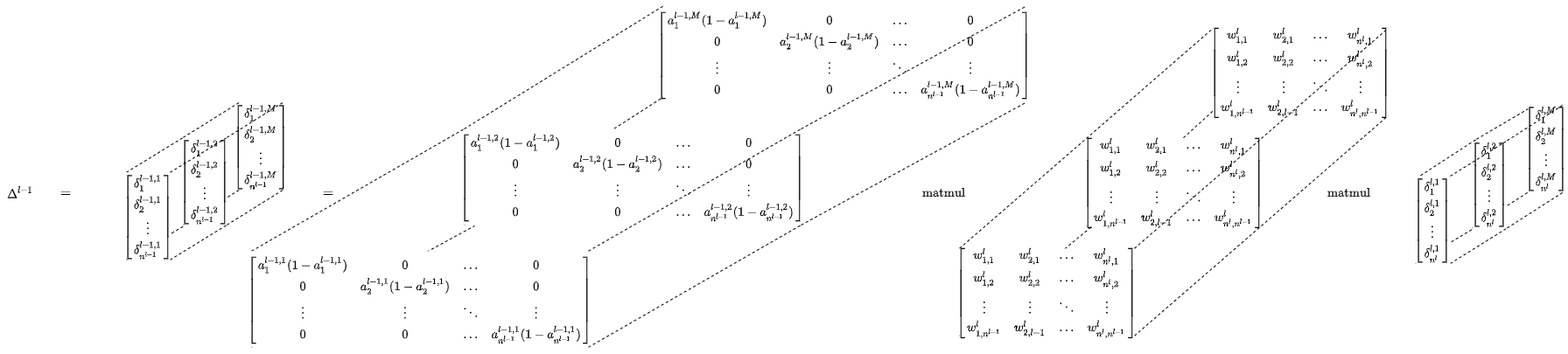
Before: theory/Delta_l_1_example.png, a diagram exported from draw.io (kevinsuedmersen/neural_networks_from_scratch). Source tidied: cells renumbered, new cells last; positions are measured from the earlier drawing's top-left corner, leaving out a move shared by most shapes.
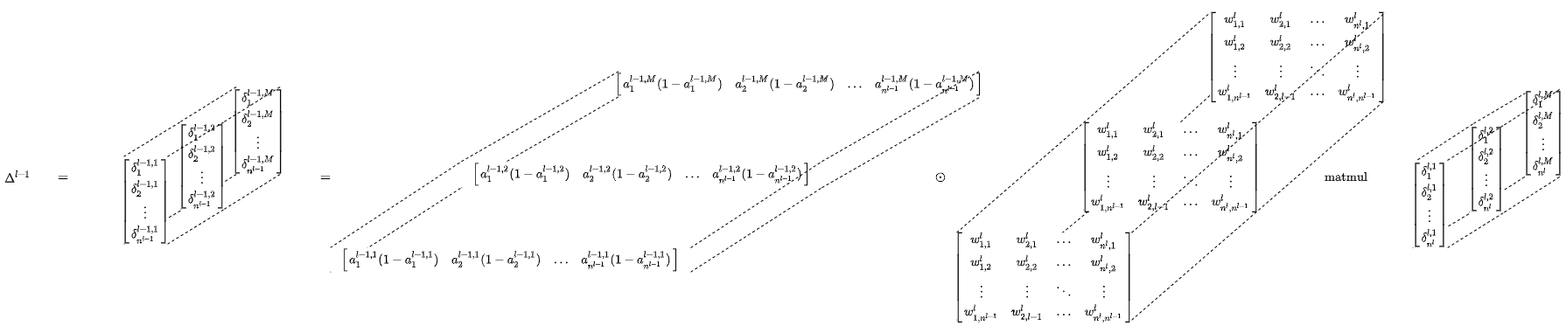
After the change.

Diff of the diagram source:
```diff
@@ -44,11 +44,11 @@
     <mxCell id="15" style="edgeStyle=none;rounded=0;jettySize=auto;html=1;exitX=0;exitY=1;exitDx=0;exitDy=0;entryX=0.003;entryY=0.94;entryDx=0;entryDy=0;entryPerimeter=0;dashed=1;startArrow=none;startFill=0;endArrow=none;endFill=0;" parent="1" edge="1" source="16" target="17">
       <mxGeometry x="150" y="312.8" as="geometry" />
     </mxCell>
-    <mxCell id="16" value="$$&lt;br&gt;\left[&lt;br&gt;\matrix{&lt;br&gt;a^{l-1,2}_1(1-a^{l-1,2}_1) &amp;amp; 0 &amp;amp; ... &amp;amp; 0 \\&lt;br&gt;0 &amp;amp; a^{l-1,2}_2(1-a^{l-1,2}_2) &amp;amp; ... &amp;amp; 0 \\&lt;br&gt;\vdots &amp;amp; \vdots &amp;amp; \ddots &amp;amp; \vdots \\&lt;br&gt;0 &amp;amp; 0&amp;amp; ... &amp;amp; a^{l-1,2}_{n^{l-1}}(1-a^{l-1,2}_{n^{l-1}})&lt;br&gt;}&lt;br&gt;\right]&lt;br&gt;$$" style="rounded=0;whiteSpace=wrap;html=1;strokeColor=none;" parent="1" vertex="1">
-      <mxGeometry x="527" y="140" width="385" height="110" as="geometry" />
+    <mxCell id="16" value="$$&lt;br&gt;\left[&lt;br&gt;\matrix{&lt;br&gt;a^{l-1,2}_1(1-a^{l-1,2}_1) &amp;amp;&amp;nbsp;a^{l-1,2}_2(1-a^{l-1,2}_2) &amp;amp; ... &amp;amp; a^{l-1,2}_{n^{l-1}}(1-a^{l-1,2}_{n^{l-1}})&lt;br&gt;}&lt;br&gt;\right]&lt;br&gt;$$" style="rounded=0;whiteSpace=wrap;html=1;strokeColor=none;" parent="1" vertex="1">
+      <mxGeometry x="527" y="195.2" width="412" height="30" as="geometry" />
     </mxCell>
-    <mxCell id="17" value="$$&lt;br&gt;\left[&lt;br&gt;\matrix{&lt;br&gt;a^{l-1,M}_1(1-a^{l-1,M}_1) &amp;amp; 0 &amp;amp; ... &amp;amp; 0 \\&lt;br&gt;0 &amp;amp; a^{l-1,M}_2(1-a^{l-1,M}_2) &amp;amp; ... &amp;amp; 0 \\&lt;br&gt;\vdots &amp;amp; \vdots &amp;amp; \ddots &amp;amp; \vdots \\&lt;br&gt;0 &amp;amp; 0&amp;amp; ... &amp;amp; a^{l-1,M}_{n^{l-1}}(1-a^{l-1,M}_{n^{l-1}})&lt;br&gt;}&lt;br&gt;\right]&lt;br&gt;$$" style="rounded=0;whiteSpace=wrap;html=1;strokeColor=none;" parent="1" vertex="1">
-      <mxGeometry x="754" y="-0.2" width="415" height="110" as="geometry" />
+    <mxCell id="17" value="$$&lt;br&gt;\left[&lt;br&gt;\matrix{&lt;br&gt;a^{l-1,M}_1(1-a^{l-1,M}_1) &amp;amp;&amp;nbsp;a^{l-1,M}_2(1-a^{l-1,M}_2) &amp;amp; ... &amp;amp; a^{l-1,M}_{n^{l-1}}(1-a^{l-1,M}_{n^{l-1}})&lt;br&gt;}&lt;br&gt;\right]&lt;br&gt;$$" style="rounded=0;whiteSpace=wrap;html=1;strokeColor=none;" parent="1" vertex="1">
+      <mxGeometry x="707" y="92" width="412" height="30" as="geometry" />
     </mxCell>
     <mxCell id="18" style="rounded=0;jettySize=auto;html=1;exitX=0;exitY=0;exitDx=0;exitDy=0;dashed=1;startArrow=none;startFill=0;entryX=0;entryY=0;entryDx=0;entryDy=0;endArrow=none;endFill=0;" parent="1" edge="1" source="21" target="16">
       <mxGeometry x="150" y="312.8" as="geometry" />
@@ -56,11 +56,11 @@
     <mxCell id="19" style="edgeStyle=none;rounded=0;jettySize=auto;html=1;exitX=1;exitY=1;exitDx=0;exitDy=0;entryX=1;entryY=1;entryDx=0;entryDy=0;dashed=1;startArrow=none;startFill=0;endArrow=none;endFill=0;" parent="1" edge="1" source="21" target="16">
       <mxGeometry x="150" y="312.8" as="geometry" />
     </mxCell>
-    <mxCell id="20" style="edgeStyle=none;rounded=0;jettySize=auto;html=1;exitX=0;exitY=1;exitDx=0;exitDy=0;entryX=0.031;entryY=1.008;entryDx=0;entryDy=0;entryPerimeter=0;dashed=1;startArrow=none;startFill=0;endArrow=none;endFill=0;" parent="1" edge="1" source="21" target="16">
+    <mxCell id="20" style="edgeStyle=none;rounded=0;jettySize=auto;html=1;exitX=0;exitY=1;exitDx=0;exitDy=0;entryX=0;entryY=1;entryDx=0;entryDy=0;dashed=1;startArrow=none;startFill=0;endArrow=none;endFill=0;" parent="1" edge="1" source="21" target="16">
       <mxGeometry x="150" y="312.8" as="geometry" />
     </mxCell>
-    <mxCell id="21" value="$$&lt;br&gt;\left[&lt;br&gt;\matrix{&lt;br&gt;a^{l-1,1}_1(1-a^{l-1,1}_1) &amp;amp; 0 &amp;amp; ... &amp;amp; 0 \\&lt;br&gt;0 &amp;amp; a^{l-1,1}_2(1-a^{l-1,1}_2) &amp;amp; ... &amp;amp; 0 \\&lt;br&gt;\vdots &amp;amp; \vdots &amp;amp; \ddots &amp;amp; \vdots \\&lt;br&gt;0 &amp;amp; 0&amp;amp; ... &amp;amp; a^{l-1,1}_{n^{l-1}}(1-a^{l-1,1}_{n^{l-1}})&lt;br&gt;}&lt;br&gt;\right]&lt;br&gt;$$" style="rounded=0;whiteSpace=wrap;html=1;strokeColor=none;" parent="1" vertex="1">
-      <mxGeometry x="284" y="279.8" width="385" height="110" as="geometry" />
+    <mxCell id="21" value="$$&lt;br&gt;\left[&lt;br&gt;\matrix{&lt;br&gt;a^{l-1,1}_1(1-a^{l-1,1}_1) &amp;amp;&amp;nbsp;a^{l-1,1}_2(1-a^{l-1,1}_2) &amp;amp; ... &amp;amp;&amp;nbsp;a^{l-1,1}_{n^{l-1}}(1-a^{l-1,1}_{n^{l-1}})&lt;br&gt;}&lt;br&gt;\right]&lt;br&gt;$$" style="rounded=0;whiteSpace=wrap;html=1;strokeColor=none;" parent="1" vertex="1">
+      <mxGeometry x="377" y="294" width="412" height="27.8" as="geometry" />
     </mxCell>
     <mxCell id="22" style="edgeStyle=none;rounded=0;jettySize=auto;html=1;exitX=0;exitY=0;exitDx=0;exitDy=0;entryX=0;entryY=0;entryDx=0;entryDy=0;dashed=1;startArrow=none;startFill=0;endArrow=none;endFill=0;" parent="1" edge="1" source="16" target="17">
       <mxGeometry x="150" y="312.8" as="geometry" />
@@ -71,7 +71,7 @@
     <mxCell id="24" style="edgeStyle=none;rounded=0;jettySize=auto;html=1;exitX=1;exitY=1;exitDx=0;exitDy=0;entryX=1;entryY=1;entryDx=0;entryDy=0;dashed=1;startArrow=none;startFill=0;endArrow=none;endFill=0;" parent="1" edge="1" source="16" target="17">
       <mxGeometry x="150" y="312.8" as="geometry" />
     </mxCell>
-    <mxCell id="25" style="edgeStyle=none;rounded=0;jettySize=auto;html=1;exitX=1;exitY=0;exitDx=0;exitDy=0;entryX=1;entryY=0;entryDx=0;entryDy=0;dashed=1;startArrow=none;startFill=0;endArrow=none;endFill=0;" parent="1" edge="1" source="21" target="16">
+    <mxCell id="25" style="edgeStyle=none;rounded=0;jettySize=auto;html=1;entryX=1;entryY=0;entryDx=0;entryDy=0;dashed=1;startArrow=none;startFill=0;endArrow=none;endFill=0;exitX=1;exitY=0;exitDx=0;exitDy=0;" parent="1" edge="1" source="21" target="16">
       <mxGeometry x="150" y="312.8" as="geometry" />
     </mxCell>
     <mxCell id="26" style="edgeStyle=none;rounded=0;jettySize=auto;html=1;exitX=0;exitY=1;exitDx=0;exitDy=0;entryX=0.003;entryY=0.94;entryDx=0;entryDy=0;entryPerimeter=0;dashed=1;startArrow=none;startFill=0;endArrow=none;endFill=0;" parent="1" edge="1" source="27" target="28">
@@ -110,7 +110,7 @@
     <mxCell id="37" value="$$\text{matmul}$$" style="rounded=0;whiteSpace=wrap;html=1;strokeColor=none;" parent="1" vertex="1">
       <mxGeometry x="1513" y="205.2" width="50" height="15.5" as="geometry" />
     </mxCell>
-    <mxCell id="38" value="$$\text{matmul}$$" style="rounded=0;whiteSpace=wrap;html=1;strokeColor=none;" parent="1" vertex="1">
+    <mxCell id="38" value="$$\odot$$" style="rounded=0;whiteSpace=wrap;html=1;strokeColor=none;" parent="1" vertex="1">
       <mxGeometry x="1050" y="205.2" width="50" height="15.5" as="geometry" />
     </mxCell>
     <mxCell id="39" style="edgeStyle=none;rounded=0;jettySize=auto;html=1;exitX=0;exitY=1;exitDx=0;exitDy=0;entryX=0;entryY=1;entryDx=0;entryDy=0;dashed=1;startArrow=none;startFill=0;endArrow=none;endFill=0;" parent="1" edge="1" source="40" target="41">
```
